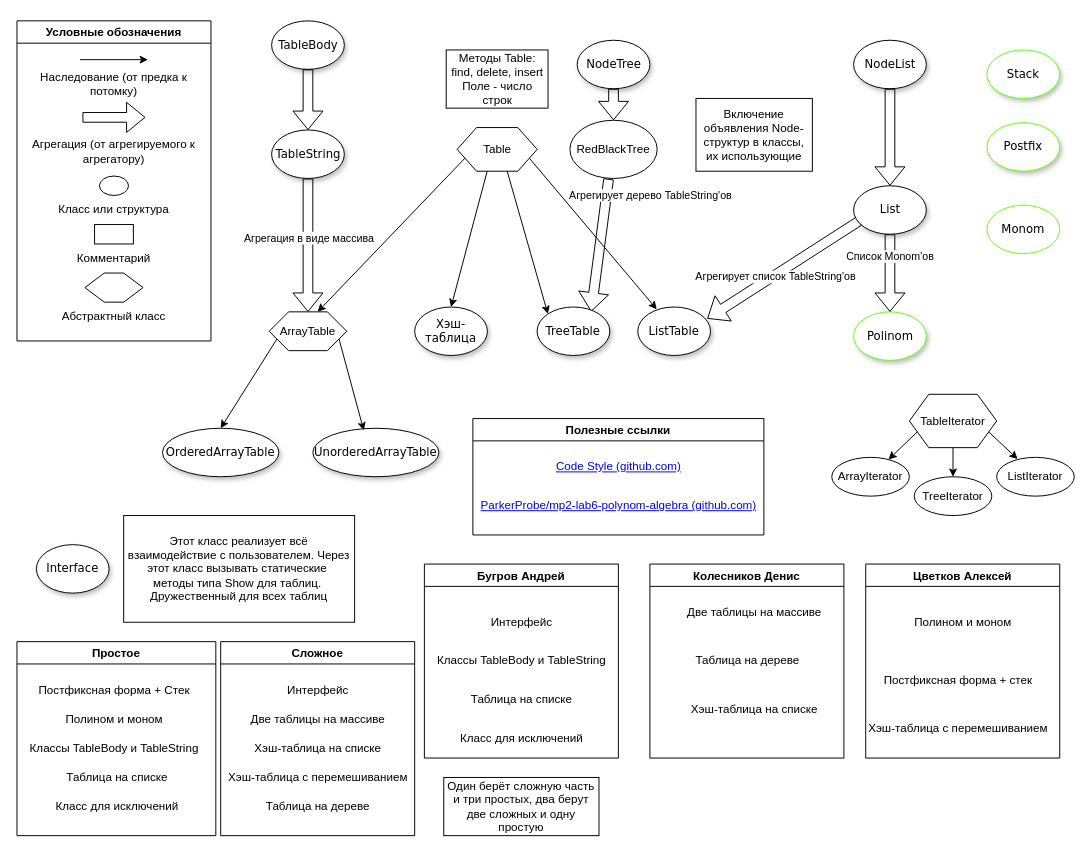
Above: Class_Diagram.drawio in ParkerProbe/mp2-lab6-polynom-algebra (draw.io), before the change. Source tidied: cells renumbered, new cells numbered last; positions are measured from the earlier drawing's top-left corner, leaving out a move shared by most shapes. Both pictures are drawn from the tidied source at 97%, with x=0, y=0 at pixel (16, 20).
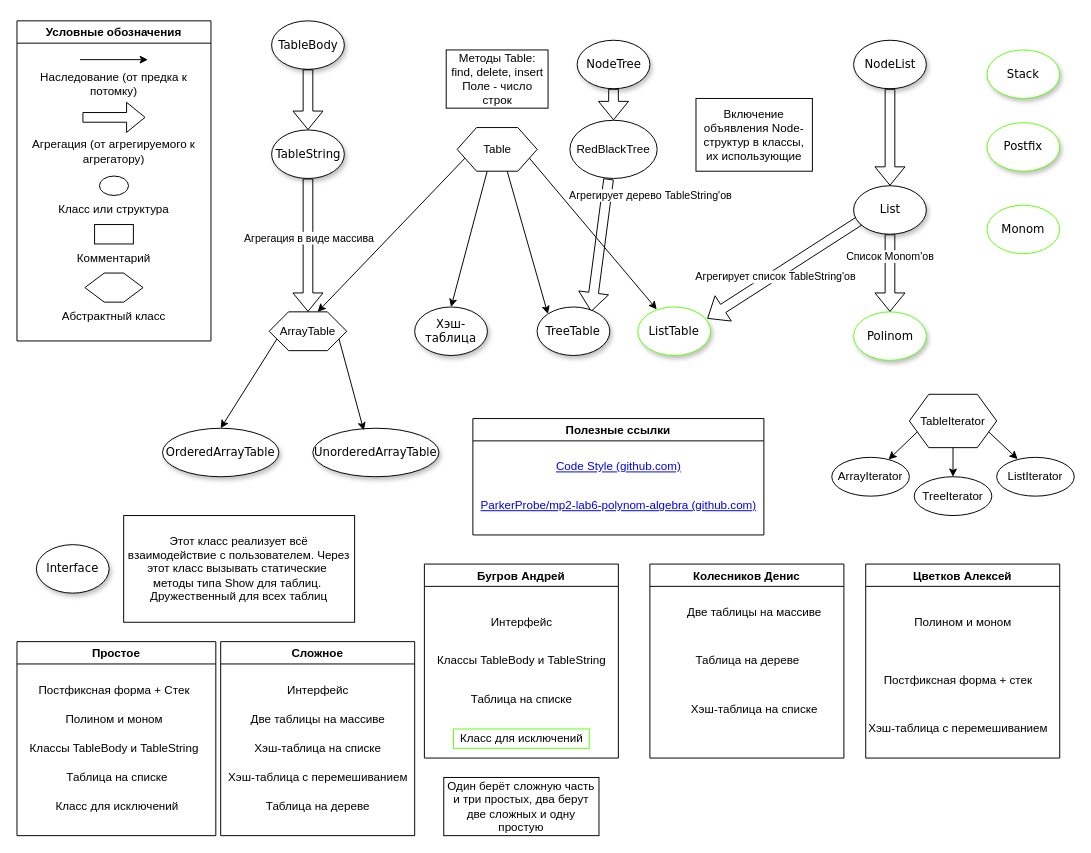
After the change.

The change refers to these unchanged cells:
```xml
<mxCell id="61" value="Бугров Андрей" style="swimlane;" parent="1" vertex="1">
  <mxGeometry x="420" y="560" width="200" height="200" as="geometry" />
</mxCell>
```

Change to the diagram source:
```diff
@@
-    <mxCell id="42" value="ListTable" style="ellipse;whiteSpace=wrap;html=1;rounded=0;shadow=1;comic=0;labelBackgroundColor=none;strokeWidth=1;fontFamily=Verdana;fontSize=12;align=center;" parent="1" vertex="1">
+    <mxCell id="42" value="ListTable" style="ellipse;whiteSpace=wrap;html=1;rounded=0;shadow=1;comic=0;labelBackgroundColor=none;strokeWidth=1;fontFamily=Verdana;fontSize=12;align=center;strokeColor=#64FF0A;" parent="1" vertex="1">
       <mxGeometry x="640" y="295" width="75" height="50" as="geometry" />
     </mxCell>
@@
-    <mxCell id="65" value="Класс для исключений" style="text;html=1;align=center;verticalAlign=middle;strokeColor=none;fillColor=none;" parent="61" vertex="1">
+    <mxCell id="65" value="Класс для исключений" style="text;html=1;align=center;verticalAlign=middle;strokeColor=#64FF0A;fillColor=none;" parent="61" vertex="1">
       <mxGeometry x="30" y="170" width="140" height="20" as="geometry" />
     </mxCell>
```
